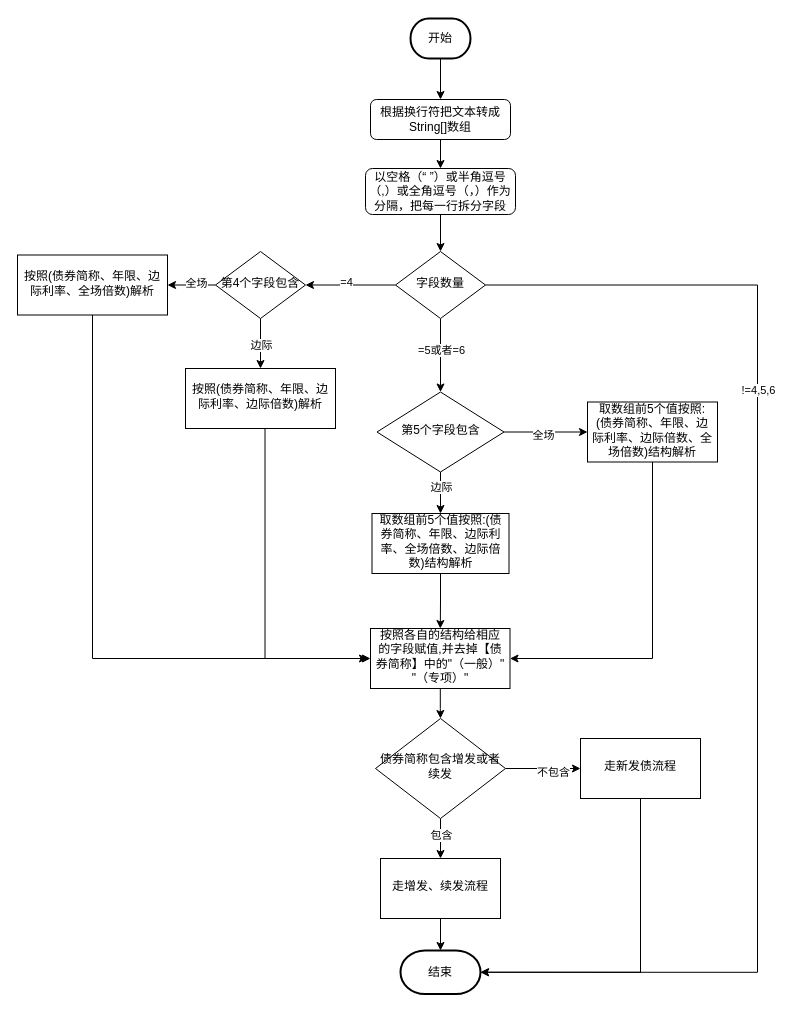
Earlier version of the draw.io diagram BD政金债结构解析流程.drawio (xbluckly/test). Source tidied: cells renumbered, new cells numbered last; positions are measured from the earlier drawing's top-left corner, leaving out a move shared by most shapes. Both pictures are drawn from the tidied source at 100%, with x=0, y=0 at pixel (17, 18).
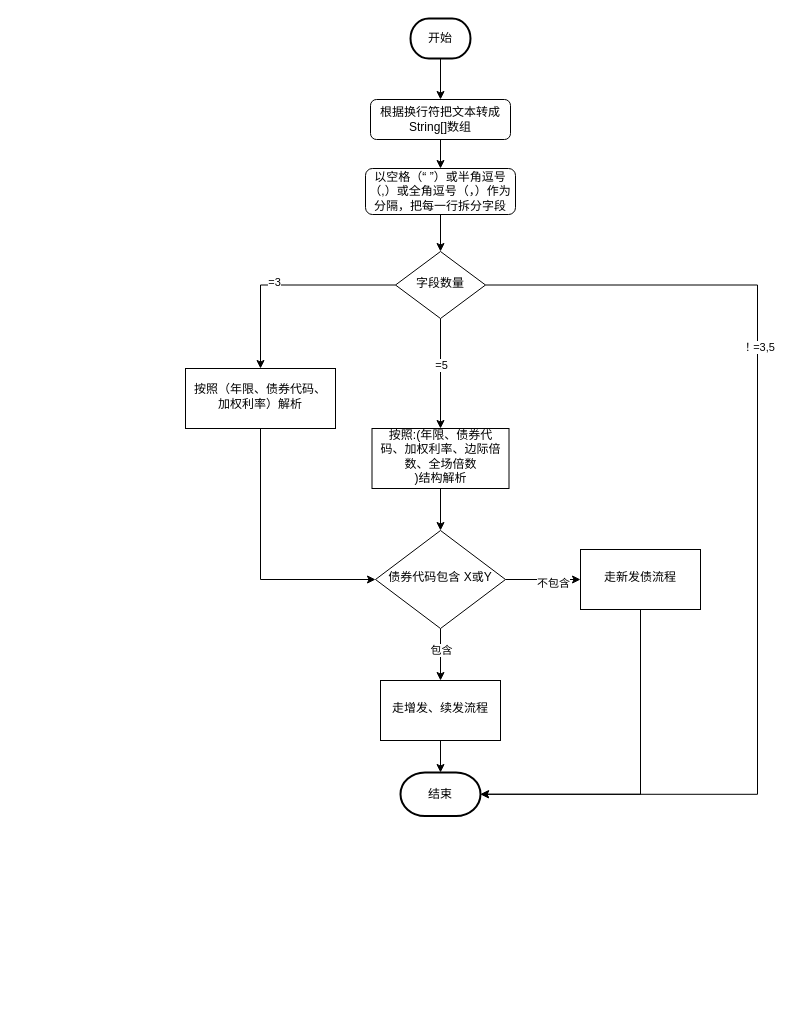
After the change.

Commit message (it also covers changes not shown here):
更新BD政金债结构解析流程.drawio

Unchanged cells that the change refers to:
```xml
<mxCell id="8" value="字段数量" style="rhombus;whiteSpace=wrap;html=1;shadow=0;fontFamily=Helvetica;fontSize=12;align=center;strokeWidth=1;spacing=6;spacingTop=-4;" parent="1" vertex="1">
  <mxGeometry x="378" y="233" width="90" height="67" as="geometry" />
</mxCell>
```

Diff of the diagram source:
```diff
@@
     <mxCell id="2" style="edgeStyle=orthogonalEdgeStyle;rounded=0;jettySize=auto;html=1;entryX=1;entryY=0.5;entryDx=0;entryDy=0;entryPerimeter=0;" parent="1" edge="1" source="8" target="40">
       <mxGeometry relative="1" as="geometry">
         <Array as="points">
           <mxPoint x="740" y="267" />
-          <mxPoint x="740" y="954" />
+          <mxPoint x="740" y="776" />
         </Array>
       </mxGeometry>
     </mxCell>
-    <mxCell id="3" value="!=4,5,6" style="edgeLabel;html=1;align=center;verticalAlign=middle;" parent="2" vertex="1">
-      <mxGeometry x="-0.39" relative="1" as="geometry" />
-    </mxCell>
+    <mxCell id="45" value="！=3,5" style="edgeLabel;html=1;align=center;verticalAlign=middle;" parent="2" vertex="1">
+      <mxGeometry x="-0.37" relative="1" as="geometry">
+        <mxPoint y="1" as="offset" />
+      </mxGeometry>
+    </mxCell>
-    <mxCell id="4" style="edgeStyle=orthogonalEdgeStyle;rounded=0;jettySize=auto;html=1;" parent="1" edge="1" source="8" target="21">
+    <mxCell id="4" style="edgeStyle=orthogonalEdgeStyle;rounded=0;jettySize=auto;html=1;entryX=0.5;entryY=0;entryDx=0;entryDy=0;" parent="1" edge="1" source="8" target="16">
       <mxGeometry relative="1" as="geometry" />
     </mxCell>
-    <mxCell id="5" value="=4" style="edgeLabel;html=1;align=center;verticalAlign=middle;" parent="4" vertex="1">
+    <mxCell id="5" value="=3" style="edgeLabel;html=1;align=center;verticalAlign=middle;" parent="4" vertex="1">
       <mxGeometry x="0.12" y="-3" relative="1" as="geometry" />
     </mxCell>
-    <mxCell id="6" style="edgeStyle=orthogonalEdgeStyle;rounded=0;jettySize=auto;html=1;" parent="1" edge="1" source="8" target="28">
+    <mxCell id="6" style="edgeStyle=orthogonalEdgeStyle;rounded=0;jettySize=auto;html=1;entryX=0.5;entryY=0;entryDx=0;entryDy=0;" parent="1" edge="1" source="8" target="30">
       <mxGeometry relative="1" as="geometry" />
     </mxCell>
-    <mxCell id="7" value="=5或者=6" style="edgeLabel;html=1;align=center;verticalAlign=middle;" parent="6" vertex="1">
+    <mxCell id="7" value="=5" style="edgeLabel;html=1;align=center;verticalAlign=middle;" parent="6" vertex="1">
       <mxGeometry x="-0.17" relative="1" as="geometry" />
     </mxCell>
@@
-    <mxCell id="15" style="edgeStyle=orthogonalEdgeStyle;rounded=0;jettySize=auto;html=1;exitX=0.5;exitY=1;exitDx=0;exitDy=0;entryX=0;entryY=0.5;entryDx=0;entryDy=0;" parent="1" edge="1" target="34">
-      <mxGeometry relative="1" as="geometry">
-        <mxPoint x="247.5" y="410" as="sourcePoint" />
-        <Array as="points">
-          <mxPoint x="248" y="640" />
-        </Array>
-      </mxGeometry>
-    </mxCell>
+    <mxCell id="46" style="edgeStyle=orthogonalEdgeStyle;rounded=0;jettySize=auto;html=1;entryX=0;entryY=0.5;entryDx=0;entryDy=0;exitX=0.5;exitY=1;exitDx=0;exitDy=0;" parent="1" edge="1" source="16" target="39">
+      <mxGeometry relative="1" as="geometry" />
+    </mxCell>
-    <mxCell id="16" value="&lt;font&gt;&lt;font&gt;&lt;font&gt;&lt;font&gt;按照(&lt;/font&gt;&lt;span class=&quot;lark-record-clipboard&quot; data-lark-record-data=&quot;{&amp;quot;rootId&amp;quot;:&amp;quot;Aed7douATo9B6cx0R7Rc3emsnXd&amp;quot;,&amp;quot;text&amp;quot;:{&amp;quot;initialAttributedTexts&amp;quot;:{&amp;quot;text&amp;quot;:{&amp;quot;0&amp;quot;:&amp;quot;债券简称、年限、边际利率、边际倍数、全场倍数&amp;quot;},&amp;quot;attribs&amp;quot;:{&amp;quot;0&amp;quot;:&amp;quot;*0+m&amp;quot;}},&amp;quot;apool&amp;quot;:{&amp;quot;numToAttrib&amp;quot;:{&amp;quot;0&amp;quot;:[&amp;quot;author&amp;quot;,&amp;quot;7403194829083705347&amp;quot;]},&amp;quot;nextNum&amp;quot;:1}},&amp;quot;type&amp;quot;:&amp;quot;text&amp;quot;,&amp;quot;referenceRecordMap&amp;quot;:{},&amp;quot;extra&amp;quot;:{&amp;quot;channel&amp;quot;:&amp;quot;saas&amp;quot;,&amp;quot;isEqualBlockSelection&amp;quot;:false,&amp;quot;pasteRandomId&amp;quot;:&amp;quot;bad50544-bbe7-4ff5-9065-9b157c9cde26&amp;quot;,&amp;quot;mention_page_title&amp;quot;:{},&amp;quot;external_mention_url&amp;quot;:{}},&amp;quot;isKeepQuoteContainer&amp;quot;:false,&amp;quot;isFromCode&amp;quot;:false,&amp;quot;selection&amp;quot;:[{&amp;quot;id&amp;quot;:1276,&amp;quot;type&amp;quot;:&amp;quot;text&amp;quot;,&amp;quot;selection&amp;quot;:{&amp;quot;start&amp;quot;:5,&amp;quot;end&amp;quot;:27},&amp;quot;recordId&amp;quot;:&amp;quot;MBuOdx3JgoIW1RxEpJ0cuvZBnpc&amp;quot;}],&amp;quot;payloadMap&amp;quot;:{},&amp;quot;isCut&amp;quot;:false}&quot;&gt;&lt;/span&gt;&lt;span style=&quot;background-color: transparent;&quot;&gt;&lt;font&gt;债券简称、年限、边际利率、边际&lt;/font&gt;&lt;/span&gt;&lt;font&gt;倍数)解析&lt;/font&gt;&lt;/font&gt;&lt;/font&gt;&lt;br&gt;&lt;/font&gt;" style="whiteSpace=wrap;html=1;shadow=0;strokeWidth=1;spacing=6;spacingTop=-4;" parent="1" vertex="1">
+    <mxCell id="16" value="&lt;font&gt;&lt;font&gt;&lt;font&gt;&lt;font&gt;按照（&lt;span style=&quot;background-color: transparent;&quot;&gt;年限、债券代码、加权利率&lt;/span&gt;&lt;/font&gt;&lt;font&gt;）解析&lt;/font&gt;&lt;/font&gt;&lt;/font&gt;&lt;br&gt;&lt;/font&gt;" style="whiteSpace=wrap;html=1;shadow=0;strokeWidth=1;spacing=6;spacingTop=-4;" parent="1" vertex="1">
       <mxGeometry x="168" y="350" width="150" height="60" as="geometry" />
     </mxCell>
-    <mxCell id="17" style="edgeStyle=orthogonalEdgeStyle;rounded=0;jettySize=auto;html=1;" parent="1" edge="1" source="21" target="16">
-      <mxGeometry relative="1" as="geometry" />
-    </mxCell>
-    <mxCell id="18" value="边际" style="edgeLabel;html=1;align=center;verticalAlign=middle;" parent="17" vertex="1">
-      <mxGeometry x="0.05" relative="1" as="geometry" />
-    </mxCell>
-    <mxCell id="19" style="edgeStyle=orthogonalEdgeStyle;rounded=0;jettySize=auto;html=1;" parent="1" edge="1" source="21" target="23">
-      <mxGeometry relative="1" as="geometry" />
-    </mxCell>
-    <mxCell id="20" value="全场" style="edgeLabel;html=1;align=center;verticalAlign=middle;" parent="19" vertex="1">
-      <mxGeometry x="-0.17" y="-2" relative="1" as="geometry" />
-    </mxCell>
-    <mxCell id="21" value="第4个字段包含" style="rhombus;whiteSpace=wrap;html=1;shadow=0;fontFamily=Helvetica;fontSize=12;align=center;strokeWidth=1;spacing=6;spacingTop=-4;" parent="1" vertex="1">
-      <mxGeometry x="198" y="233" width="90" height="67" as="geometry" />
-    </mxCell>
-    <mxCell id="22" style="edgeStyle=orthogonalEdgeStyle;rounded=0;jettySize=auto;html=1;" parent="1" edge="1" source="23">
-      <mxGeometry relative="1" as="geometry">
-        <mxPoint x="350" y="640" as="targetPoint" />
-        <Array as="points">
-          <mxPoint x="75" y="640" />
-        </Array>
-      </mxGeometry>
-    </mxCell>
-    <mxCell id="23" value="&lt;font&gt;&lt;font&gt;&lt;font&gt;&lt;font&gt;按照(&lt;/font&gt;&lt;span class=&quot;lark-record-clipboard&quot; data-lark-record-data=&quot;{&amp;quot;rootId&amp;quot;:&amp;quot;Aed7douATo9B6cx0R7Rc3emsnXd&amp;quot;,&amp;quot;text&amp;quot;:{&amp;quot;initialAttributedTexts&amp;quot;:{&amp;quot;text&amp;quot;:{&amp;quot;0&amp;quot;:&amp;quot;债券简称、年限、边际利率、边际倍数、全场倍数&amp;quot;},&amp;quot;attribs&amp;quot;:{&amp;quot;0&amp;quot;:&amp;quot;*0+m&amp;quot;}},&amp;quot;apool&amp;quot;:{&amp;quot;numToAttrib&amp;quot;:{&amp;quot;0&amp;quot;:[&amp;quot;author&amp;quot;,&amp;quot;7403194829083705347&amp;quot;]},&amp;quot;nextNum&amp;quot;:1}},&amp;quot;type&amp;quot;:&amp;quot;text&amp;quot;,&amp;quot;referenceRecordMap&amp;quot;:{},&amp;quot;extra&amp;quot;:{&amp;quot;channel&amp;quot;:&amp;quot;saas&amp;quot;,&amp;quot;isEqualBlockSelection&amp;quot;:false,&amp;quot;pasteRandomId&amp;quot;:&amp;quot;bad50544-bbe7-4ff5-9065-9b157c9cde26&amp;quot;,&amp;quot;mention_page_title&amp;quot;:{},&amp;quot;external_mention_url&amp;quot;:{}},&amp;quot;isKeepQuoteContainer&amp;quot;:false,&amp;quot;isFromCode&amp;quot;:false,&amp;quot;selection&amp;quot;:[{&amp;quot;id&amp;quot;:1276,&amp;quot;type&amp;quot;:&amp;quot;text&amp;quot;,&amp;quot;selection&amp;quot;:{&amp;quot;start&amp;quot;:5,&amp;quot;end&amp;quot;:27},&amp;quot;recordId&amp;quot;:&amp;quot;MBuOdx3JgoIW1RxEpJ0cuvZBnpc&amp;quot;}],&amp;quot;payloadMap&amp;quot;:{},&amp;quot;isCut&amp;quot;:false}&quot;&gt;&lt;/span&gt;&lt;span style=&quot;background-color: transparent;&quot;&gt;&lt;font&gt;债券简称、年限、边际利率、全场&lt;/font&gt;&lt;/span&gt;&lt;font&gt;倍数)解析&lt;/font&gt;&lt;/font&gt;&lt;/font&gt;&lt;br&gt;&lt;/font&gt;" style="whiteSpace=wrap;html=1;shadow=0;strokeWidth=1;spacing=6;spacingTop=-4;" parent="1" vertex="1">
-      <mxGeometry y="236.5" width="150" height="60" as="geometry" />
-    </mxCell>
-    <mxCell id="24" style="edgeStyle=orthogonalEdgeStyle;rounded=0;jettySize=auto;html=1;" parent="1" edge="1" source="28" target="30">
-      <mxGeometry relative="1" as="geometry" />
-    </mxCell>
-    <mxCell id="25" value="边际" style="edgeLabel;html=1;align=center;verticalAlign=middle;" parent="24" vertex="1">
-      <mxGeometry x="-0.26" y="-1" relative="1" as="geometry">
-        <mxPoint x="1" as="offset" />
-      </mxGeometry>
-    </mxCell>
-    <mxCell id="26" style="edgeStyle=orthogonalEdgeStyle;rounded=0;jettySize=auto;html=1;" parent="1" edge="1" source="28" target="32">
-      <mxGeometry relative="1" as="geometry" />
-    </mxCell>
-    <mxCell id="27" value="全场" style="edgeLabel;html=1;align=center;verticalAlign=middle;" parent="26" vertex="1">
-      <mxGeometry x="-0.1" y="-2" relative="1" as="geometry">
-        <mxPoint x="1" y="1" as="offset" />
-      </mxGeometry>
-    </mxCell>
-    <mxCell id="28" value="&lt;br&gt;&lt;span style=&quot;color: rgb(0, 0, 0); font-family: Helvetica; font-size: 12px; font-style: normal; font-variant-ligatures: normal; font-variant-caps: normal; font-weight: 400; letter-spacing: normal; orphans: 2; text-align: center; text-indent: 0px; text-transform: none; widows: 2; word-spacing: 0px; -webkit-text-stroke-width: 0px; white-space: normal; background-color: rgb(251, 251, 251); text-decoration-thickness: initial; text-decoration-style: initial; text-decoration-color: initial; display: inline !important; float: none;&quot;&gt;第5个字段包含&lt;/span&gt;&lt;div&gt;&lt;br/&gt;&lt;/div&gt;" style="rhombus;whiteSpace=wrap;html=1;shadow=0;strokeWidth=1;spacing=6;spacingTop=-4;" parent="1" vertex="1">
-      <mxGeometry x="359.5" y="373.5" width="127" height="80" as="geometry" />
-    </mxCell>
-    <mxCell id="29" style="edgeStyle=orthogonalEdgeStyle;rounded=0;jettySize=auto;html=1;" parent="1" edge="1" source="30" target="34">
+    <mxCell id="29" style="edgeStyle=orthogonalEdgeStyle;rounded=0;jettySize=auto;html=1;entryX=0.5;entryY=0;entryDx=0;entryDy=0;" parent="1" edge="1" source="30" target="39">
       <mxGeometry relative="1" as="geometry" />
     </mxCell>
-    <mxCell id="30" value="取数组前5个值按照:(债券简称、年限、边际利率、全场倍数、边际倍数)结构解析" style="whiteSpace=wrap;html=1;shadow=0;strokeWidth=1;spacing=6;spacingTop=-4;" parent="1" vertex="1">
-      <mxGeometry x="354.5" y="495" width="137" height="60" as="geometry" />
+    <mxCell id="30" value="&lt;font&gt;按照:(&lt;/font&gt;&lt;span style=&quot;background-color: transparent;&quot;&gt;年限、债券代码、加权利率、边际倍数、全场倍数&lt;/span&gt;&lt;br&gt;&lt;span class=&quot;lark-record-clipboard&quot; data-lark-record-data=&quot;{&amp;quot;rootId&amp;quot;:&amp;quot;Aed7douATo9B6cx0R7Rc3emsnXd&amp;quot;,&amp;quot;text&amp;quot;:{&amp;quot;initialAttributedTexts&amp;quot;:{&amp;quot;text&amp;quot;:{&amp;quot;0&amp;quot;:&amp;quot;年限、债券代码、加权利率、边际倍数、全场倍数&amp;quot;},&amp;quot;attribs&amp;quot;:{&amp;quot;0&amp;quot;:&amp;quot;*0+m&amp;quot;}},&amp;quot;apool&amp;quot;:{&amp;quot;numToAttrib&amp;quot;:{&amp;quot;0&amp;quot;:[&amp;quot;author&amp;quot;,&amp;quot;7403194829083705347&amp;quot;]},&amp;quot;nextNum&amp;quot;:1}},&amp;quot;type&amp;quot;:&amp;quot;text&amp;quot;,&amp;quot;referenceRecordMap&amp;quot;:{},&amp;quot;extra&amp;quot;:{&amp;quot;channel&amp;quot;:&amp;quot;saas&amp;quot;,&amp;quot;isEqualBlockSelection&amp;quot;:false,&amp;quot;pasteRandomId&amp;quot;:&amp;quot;116dd224-9e3d-4e98-ae17-5e01dd5c6781&amp;quot;,&amp;quot;mention_page_title&amp;quot;:{},&amp;quot;external_mention_url&amp;quot;:{}},&amp;quot;isKeepQuoteContainer&amp;quot;:false,&amp;quot;isFromCode&amp;quot;:false,&amp;quot;selection&amp;quot;:[{&amp;quot;id&amp;quot;:1310,&amp;quot;type&amp;quot;:&amp;quot;text&amp;quot;,&amp;quot;selection&amp;quot;:{&amp;quot;start&amp;quot;:5,&amp;quot;end&amp;quot;:27},&amp;quot;recordId&amp;quot;:&amp;quot;V9vXdZUH9oGomRxDQMucjXccnVf&amp;quot;}],&amp;quot;payloadMap&amp;quot;:{},&amp;quot;isCut&amp;quot;:false}&quot;&gt;&lt;/span&gt;&lt;font&gt;)结构解析&lt;/font&gt;" style="whiteSpace=wrap;html=1;shadow=0;strokeWidth=1;spacing=6;spacingTop=-4;" parent="1" vertex="1">
+      <mxGeometry x="354.5" y="410" width="137" height="60" as="geometry" />
     </mxCell>
-    <mxCell id="31" style="edgeStyle=orthogonalEdgeStyle;rounded=0;jettySize=auto;html=1;entryX=1;entryY=0.5;entryDx=0;entryDy=0;exitX=0.5;exitY=1;exitDx=0;exitDy=0;" parent="1" edge="1" source="32" target="34">
-      <mxGeometry relative="1" as="geometry" />
-    </mxCell>
-    <mxCell id="32" value="取数组前5个值按照:(债券简称、年限、边际利率、边际倍数、全场倍数)结构解析" style="whiteSpace=wrap;html=1;shadow=0;strokeWidth=1;spacing=6;spacingTop=-4;" parent="1" vertex="1">
-      <mxGeometry x="570" y="383.5" width="130" height="60" as="geometry" />
-    </mxCell>
-    <mxCell id="33" style="edgeStyle=orthogonalEdgeStyle;rounded=0;jettySize=auto;html=1;" parent="1" edge="1" source="34" target="39">
-      <mxGeometry relative="1" as="geometry" />
-    </mxCell>
-    <mxCell id="34" value="按照各自的结构给相应的字段赋值,并去掉【债券简称】中的&quot;（一般）&quot; &quot;（专项）&quot;" style="whiteSpace=wrap;html=1;shadow=0;strokeWidth=1;spacing=6;spacingTop=-4;" parent="1" vertex="1">
-      <mxGeometry x="353" y="610" width="139.5" height="60" as="geometry" />
-    </mxCell>
@@
-    <mxCell id="39" value="债券简称包含增发或者续发" style="rhombus;whiteSpace=wrap;html=1;shadow=0;strokeWidth=1;spacing=6;spacingTop=-4;" parent="1" vertex="1">
-      <mxGeometry x="358" y="700" width="130" height="100" as="geometry" />
+    <mxCell id="39" value="债券代码包含 X或Y" style="rhombus;whiteSpace=wrap;html=1;shadow=0;strokeWidth=1;spacing=6;spacingTop=-4;" parent="1" vertex="1">
+      <mxGeometry x="358" y="512" width="130" height="98" as="geometry" />
     </mxCell>
     <mxCell id="40" value="结束" style="strokeWidth=2;html=1;shape=mxgraph.flowchart.terminator;whiteSpace=wrap;" parent="1" vertex="1">
-      <mxGeometry x="383" y="932" width="80" height="43.5" as="geometry" />
+      <mxGeometry x="383" y="754" width="80" height="43.5" as="geometry" />
     </mxCell>
@@
     <mxCell id="42" value="走增发、续发流程" style="whiteSpace=wrap;html=1;shadow=0;strokeWidth=1;spacing=6;spacingTop=-4;" parent="1" vertex="1">
-      <mxGeometry x="363" y="840" width="120" height="60" as="geometry" />
+      <mxGeometry x="363" y="662" width="120" height="60" as="geometry" />
     </mxCell>
@@
     <mxCell id="44" value="走新发债流程" style="whiteSpace=wrap;html=1;shadow=0;strokeWidth=1;spacing=6;spacingTop=-4;" parent="1" vertex="1">
-      <mxGeometry x="563" y="720" width="120" height="60" as="geometry" />
+      <mxGeometry x="563" y="531" width="120" height="60" as="geometry" />
     </mxCell>
```
